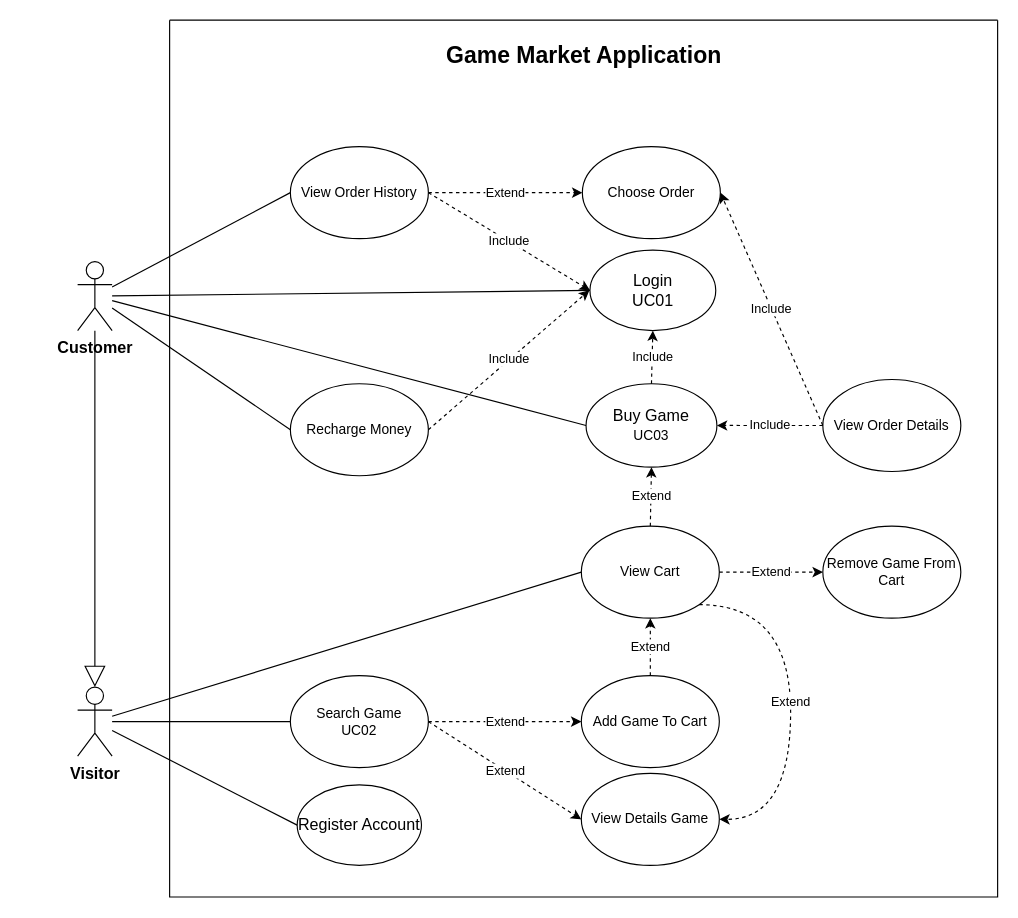
Above: Diagram/Use Case Diagram/UseCasesOverall.drawio in hiusnguyen201/Game-Market-Application (draw.io), before the change. Source tidied: cells renumbered, new cells numbered last; positions are measured from the earlier drawing's top-left corner, leaving out a move shared by most shapes. Both pictures are drawn from the tidied source at 115%, with x=0, y=0 at pixel (77, 20).
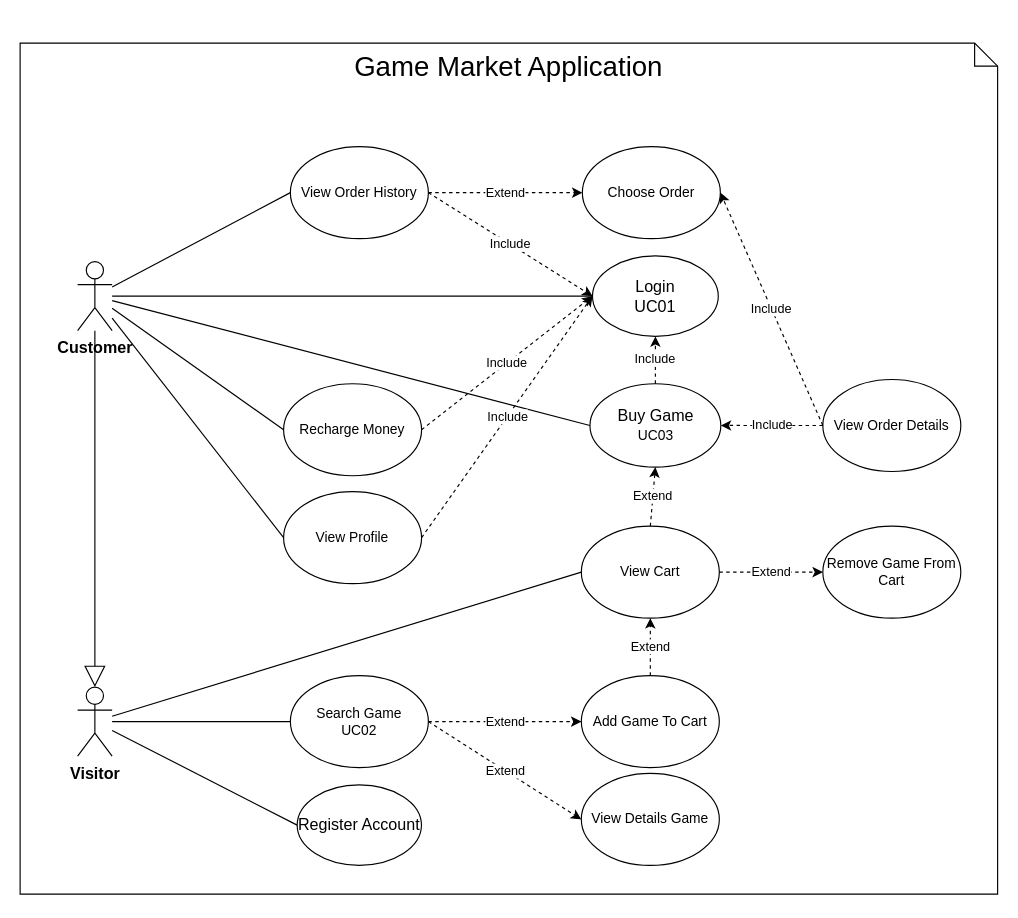
The same diagram, later.

The change refers to these unchanged cells:
```xml
<mxCell id="3" value="&lt;b style=&quot;font-size: 14px;&quot;&gt;Customer&lt;/b&gt;" style="shape=umlActor;verticalLabelPosition=bottom;verticalAlign=top;html=1;outlineConnect=0;fontSize=14;" parent="1" vertex="1">
  <mxGeometry y="210" width="30" height="60" as="geometry" />
</mxCell>
<mxCell id="16" value="View Details Game" style="ellipse;whiteSpace=wrap;html=1;" parent="1" vertex="1">
  <mxGeometry x="438" y="655" width="120" height="80" as="geometry" />
</mxCell>
<mxCell id="21" value="View Cart&lt;br&gt;" style="ellipse;whiteSpace=wrap;html=1;" parent="1" vertex="1">
  <mxGeometry x="438" y="440" width="120" height="80" as="geometry" />
</mxCell>
```

Diff of the diagram source:
```diff
@@
+    <mxCell id="13" value="&lt;font style=&quot;font-size: 24px;&quot;&gt;Game Market Application&lt;/font&gt;" style="shape=note;size=20;whiteSpace=wrap;html=1;verticalAlign=top;" parent="1" vertex="1">
+      <mxGeometry x="-50" y="20" width="850" height="740" as="geometry" />
+    </mxCell>
@@
     <mxCell id="4" value="Buy Game&lt;br&gt;&lt;span style=&quot;font-size: 12px;&quot;&gt;UC03&lt;/span&gt;" style="ellipse;whiteSpace=wrap;html=1;fontSize=14;" parent="1" vertex="1">
-      <mxGeometry x="442.1" y="316.2" width="113.8" height="72.5" as="geometry" />
+      <mxGeometry x="445.5" y="316.2" width="113.8" height="72.5" as="geometry" />
     </mxCell>
@@
     <mxCell id="10" value="Login&lt;br&gt;UC01" style="ellipse;whiteSpace=wrap;html=1;fontSize=14;" parent="1" vertex="1">
-      <mxGeometry x="445.5" y="200" width="109.4" height="70" as="geometry" />
+      <mxGeometry x="447.7" y="205" width="109.4" height="70" as="geometry" />
     </mxCell>
@@
-    <mxCell id="12" style="swimlane;startSize=0;fontSize=14;" parent="1" vertex="1">
-      <mxGeometry x="80" width="720" height="762.5" as="geometry" />
-    </mxCell>
-    <mxCell id="13" value="&lt;b style=&quot;font-size: 20px;&quot;&gt;Game Market Application&lt;/b&gt;" style="text;html=1;align=center;verticalAlign=middle;strokeColor=none;fillColor=none;fontSize=14;" parent="12" vertex="1">
-      <mxGeometry x="230" y="10" width="260" height="40" as="geometry" />
-    </mxCell>
@@
     <mxCell id="31" value="Recharge Money" style="ellipse;whiteSpace=wrap;html=1;" parent="1" vertex="1">
-      <mxGeometry x="185" y="316.2" width="120" height="80" as="geometry" />
+      <mxGeometry x="179.1" y="316.2" width="120" height="80" as="geometry" />
     </mxCell>
@@
-    <mxCell id="33" value="Include" style="endArrow=classic;html=1;rounded=0;dashed=1;exitX=1;exitY=0.5;exitDx=0;exitDy=0;" parent="1" edge="1" source="31">
-      <mxGeometry relative="1" as="geometry">
-        <mxPoint x="445" y="235" as="targetPoint" />
-      </mxGeometry>
+    <mxCell id="33" value="Include" style="endArrow=classic;html=1;rounded=0;dashed=1;exitX=1;exitY=0.5;exitDx=0;exitDy=0;entryX=0;entryY=0.5;entryDx=0;entryDy=0;" parent="1" edge="1" source="31" target="10">
+      <mxGeometry relative="1" as="geometry" />
     </mxCell>
@@
-    <mxCell id="36" value="Extend" style="endArrow=classic;html=1;rounded=0;dashed=1;exitX=1;exitY=1;exitDx=0;exitDy=0;entryX=1;entryY=0.5;entryDx=0;entryDy=0;edgeStyle=orthogonalEdgeStyle;curved=1;" parent="1" edge="1" source="21" target="16">
-      <mxGeometry relative="1" as="geometry">
-        <Array as="points">
-          <mxPoint x="620" y="508" />
-          <mxPoint x="620" y="695" />
-        </Array>
-      </mxGeometry>
-    </mxCell>
@@
+    <mxCell id="38" value="View Profile" style="ellipse;whiteSpace=wrap;html=1;" parent="1" vertex="1">
+      <mxGeometry x="179.1" y="410" width="120" height="80" as="geometry" />
+    </mxCell>
+    <mxCell id="39" style="endArrow=none;html=1;rounded=0;fontSize=14;entryX=0;entryY=0.5;entryDx=0;entryDy=0;" parent="1" edge="1" source="3" target="38">
+      <mxGeometry relative="1" as="geometry" />
+    </mxCell>
+    <mxCell id="40" value="Include" style="endArrow=classic;html=1;rounded=0;dashed=1;exitX=1;exitY=0.5;exitDx=0;exitDy=0;entryX=0;entryY=0.5;entryDx=0;entryDy=0;" parent="1" edge="1" source="38" target="10">
+      <mxGeometry relative="1" as="geometry" />
+    </mxCell>
```
